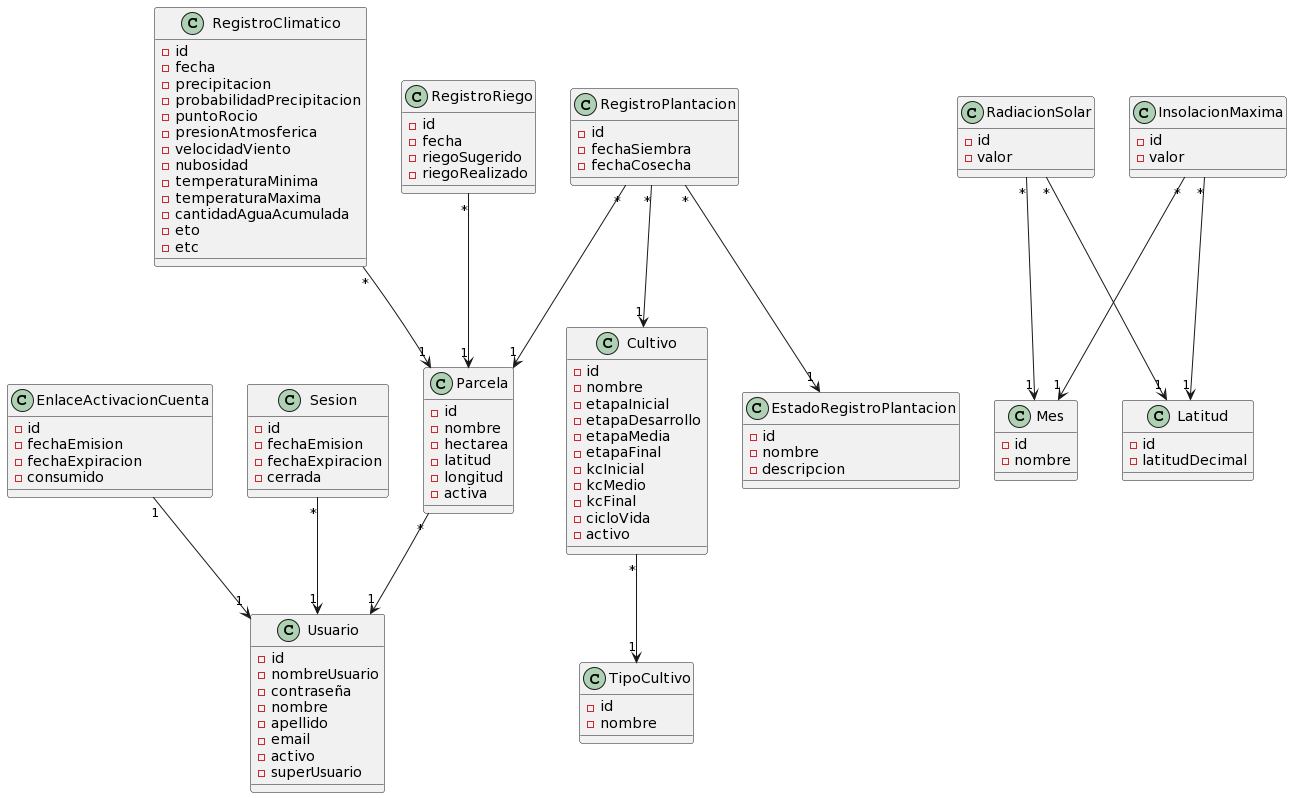
facundopaez-dev/sistema-web-riego keeps this PlantUML diagram as domain model/MDominio: Sistema de riego.png. Above is the earlier version. Source of this version:
```plantuml
@startuml
Parcela "*"-->"1" Usuario
RegistroClimatico "*"-->"1" Parcela
RegistroRiego "*"-->"1" Parcela
RegistroPlantacion "*"-->"1" Parcela
RegistroPlantacion "*"-->"1" Cultivo
RegistroPlantacion "*"-->"1" EstadoRegistroPlantacion
RadiacionSolar "*"-->"1" Mes
RadiacionSolar "*"-->"1" Latitud
InsolacionMaxima "*"-->"1" Mes
InsolacionMaxima "*"-->"1" Latitud
Cultivo "*"-->"1" TipoCultivo
EnlaceActivacionCuenta "1" --> "1" Usuario
Sesion "*" --> "1" Usuario

class Parcela {
-id
-nombre
-hectarea
-latitud
-longitud
-activa
}

class Cultivo {
-id
-nombre
-etapaInicial
-etapaDesarrollo
-etapaMedia
-etapaFinal
-kcInicial
-kcMedio
-kcFinal
-cicloVida
-activo
}

class TipoCultivo {
-id
-nombre
}

class RegistroClimatico {
-id
-fecha
-precipitacion
-probabilidadPrecipitacion
-puntoRocio
-presionAtmosferica
-velocidadViento
-nubosidad
-temperaturaMinima
-temperaturaMaxima
-cantidadAguaAcumulada
-eto
-etc
}

class RegistroPlantacion {
-id
-fechaSiembra
-fechaCosecha
}

class RegistroRiego {
-id
-fecha
-riegoSugerido
-riegoRealizado
}

class Usuario {
-id
-nombreUsuario
-contraseña
-nombre
-apellido
-email
-activo
-superUsuario
}

class EstadoRegistroPlantacion {
-id
-nombre
-descripcion
}

class Mes {
-id
-nombre
}

class Latitud {
-id
-latitudDecimal
}

class RadiacionSolar {
-id
-valor
}

class InsolacionMaxima {
-id
-valor
}

class EnlaceActivacionCuenta {
-id
-fechaEmision
-fechaExpiracion
-consumido
}

class Sesion {
-id
-fechaEmision
-fechaExpiracion
-cerrada
}
@enduml
```
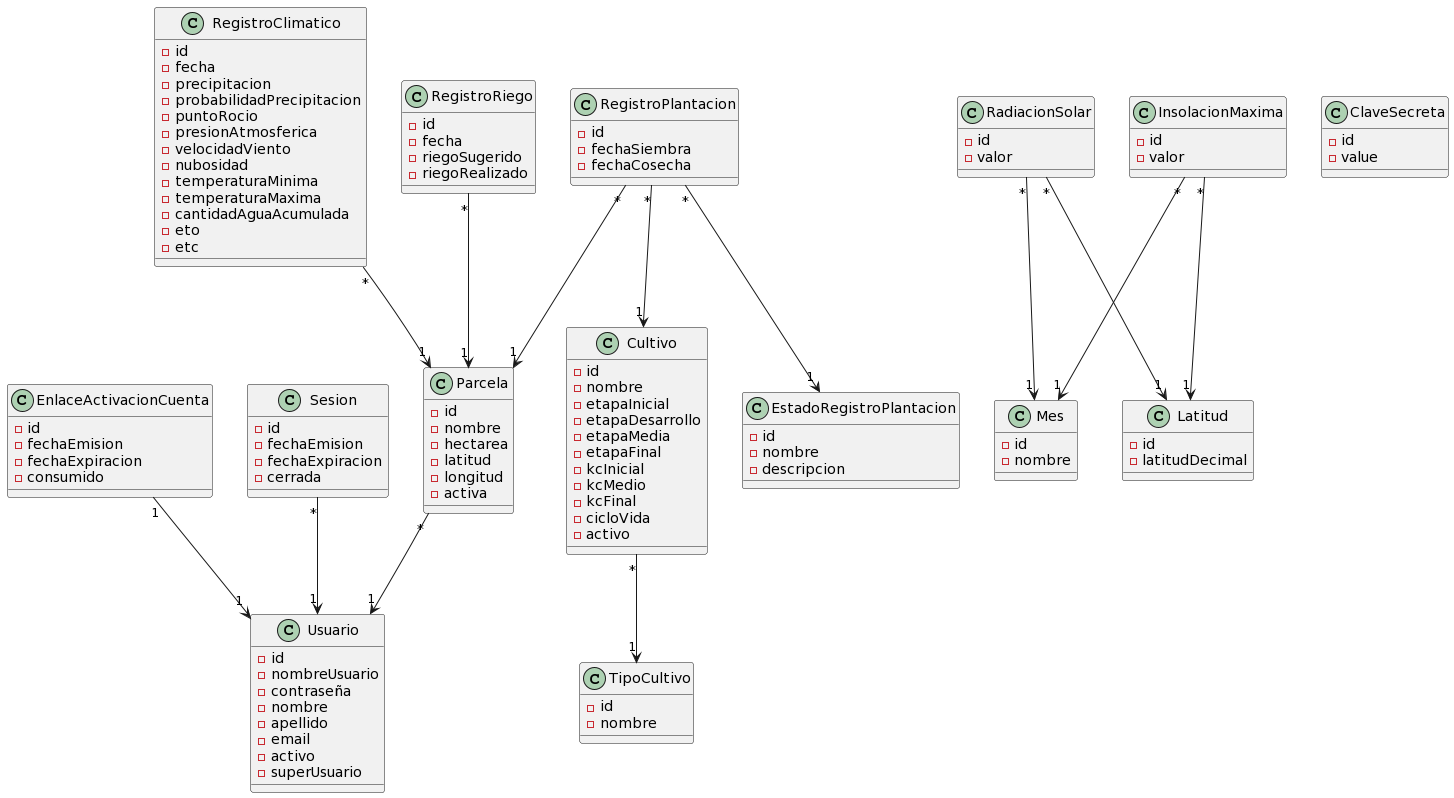
The same file after the commit.

Commit message:
Modelo de datos ClaveSecreta agregado al modelo de dominio

What changed in the source:
```diff
@@ -120,4 +120,9 @@
 -fechaExpiracion
 -cerrada
 }
+
+class ClaveSecreta {
+-id
+-value
+}
 @enduml
```
